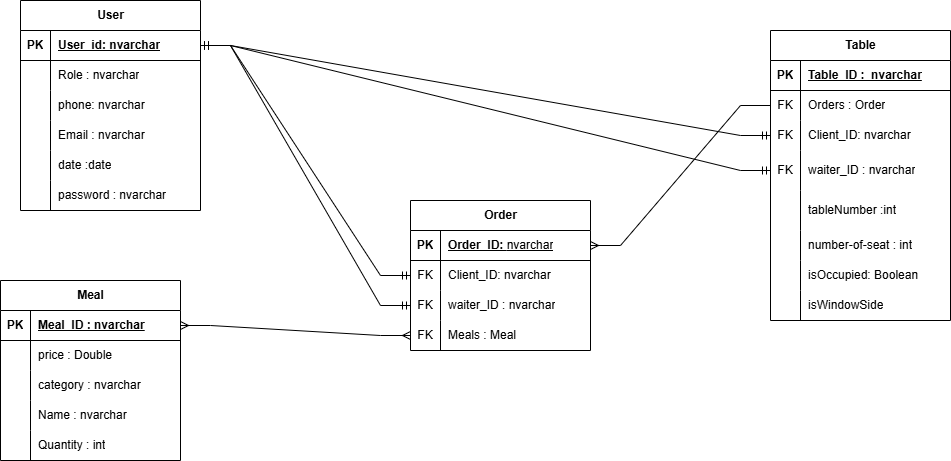
Above: Diagrams/ERD2.drawio.png in EyasSh/Resturant (draw.io), before the change. Source tidied: cells renumbered, new cells last; positions are measured from the earlier drawing's top-left corner, leaving out a move shared by most shapes.
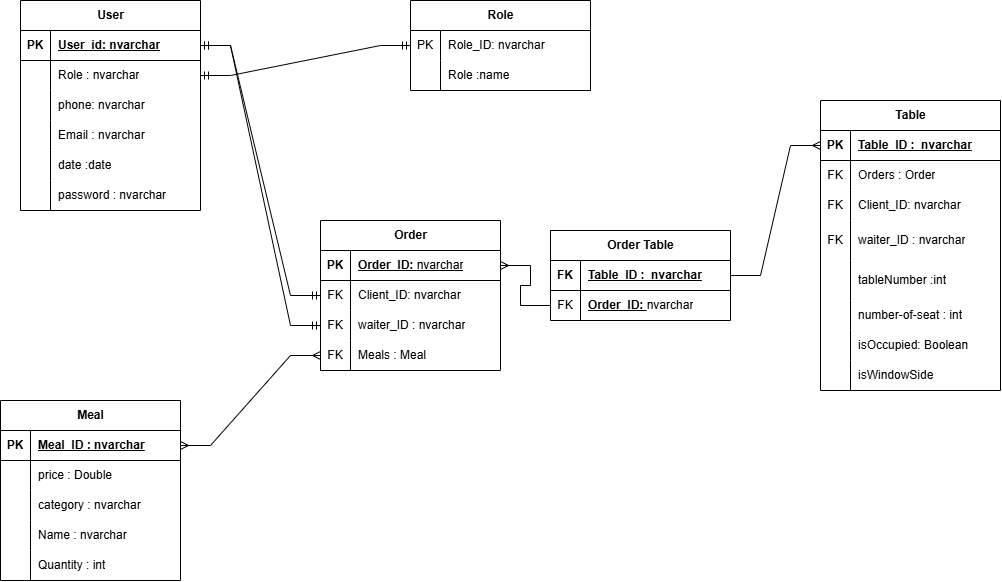
Above is the later version.

What changed in the source:
```diff
@@ -60,7 +60,7 @@
       <mxGeometry x="30" width="150" height="30" as="geometry" />
     </mxCell>
     <mxCell id="21" value="Table" style="shape=table;startSize=30;rowLines=0;fontStyle=1;align=center;html=1;" parent="1" vertex="1">
-      <mxGeometry x="770" y="30" width="180" height="290" as="geometry" />
+      <mxGeometry x="820" y="100" width="180" height="290" as="geometry" />
     </mxCell>
     <mxCell id="22" style="shape=tableRow;horizontal=0;startSize=0;swimlaneHead=0;swimlaneBody=0;fillColor=none;points=[[0,0.5],[1,0.5]];portConstraint=eastwest;top=0;left=0;right=0;bottom=1;" parent="21" vertex="1">
       <mxGeometry y="30" width="180" height="30" as="geometry" />
@@ -135,7 +135,7 @@
       <mxGeometry x="30" width="150" height="30" as="geometry" />
     </mxCell>
     <mxCell id="46" value="Order" style="shape=table;startSize=30;rowLines=0;fontStyle=1;align=center;html=1;" parent="1" vertex="1">
-      <mxGeometry x="410" y="200" width="180" height="150" as="geometry" />
+      <mxGeometry x="320" y="220" width="180" height="150" as="geometry" />
     </mxCell>
     <mxCell id="47" style="shape=tableRow;horizontal=0;startSize=0;swimlaneHead=0;swimlaneBody=0;fillColor=none;points=[[0,0.5],[1,0.5]];portConstraint=eastwest;top=0;left=0;right=0;bottom=1;" parent="46" vertex="1">
       <mxGeometry y="30" width="180" height="30" as="geometry" />
@@ -174,7 +174,7 @@
       <mxGeometry x="30" width="150" height="30" as="geometry" />
     </mxCell>
     <mxCell id="59" value="Meal" style="shape=table;startSize=30;rowLines=0;fontStyle=1;align=center;html=1;" parent="1" vertex="1">
-      <mxGeometry y="280" width="180" height="180" as="geometry" />
+      <mxGeometry y="400" width="180" height="180" as="geometry" />
     </mxCell>
     <mxCell id="60" style="shape=tableRow;horizontal=0;startSize=0;swimlaneHead=0;swimlaneBody=0;fillColor=none;points=[[0,0.5],[1,0.5]];portConstraint=eastwest;top=0;left=0;right=0;bottom=1;" parent="59" vertex="1">
       <mxGeometry y="30" width="180" height="30" as="geometry" />
@@ -234,14 +234,61 @@
     <mxCell id="77" style="edgeStyle=entityRelationEdgeStyle;fontSize=12;html=1;endArrow=ERmandOne;startArrow=ERmandOne;rounded=0;entryX=0;entryY=0.5;entryDx=0;entryDy=0;exitX=1;exitY=0.5;exitDx=0;exitDy=0;" parent="1" edge="1" source="3" target="53">
       <mxGeometry relative="1" as="geometry" />
     </mxCell>
-    <mxCell id="78" style="edgeStyle=entityRelationEdgeStyle;fontSize=12;html=1;endArrow=ERmany;rounded=0;entryX=1;entryY=0.5;entryDx=0;entryDy=0;exitX=0;exitY=0.5;exitDx=0;exitDy=0;" parent="1" edge="1" source="25" target="47">
-      <mxGeometry relative="1" as="geometry" />
-    </mxCell>
-    <mxCell id="79" style="edgeStyle=entityRelationEdgeStyle;fontSize=12;html=1;endArrow=ERmandOne;startArrow=ERmandOne;rounded=0;entryX=0;entryY=0.5;entryDx=0;entryDy=0;exitX=1;exitY=0.5;exitDx=0;exitDy=0;" parent="1" edge="1" source="3" target="28">
-      <mxGeometry relative="1" as="geometry" />
-    </mxCell>
-    <mxCell id="80" style="edgeStyle=entityRelationEdgeStyle;fontSize=12;html=1;endArrow=ERmandOne;startArrow=ERmandOne;rounded=0;entryX=0;entryY=0.5;entryDx=0;entryDy=0;exitX=1;exitY=0.5;exitDx=0;exitDy=0;" parent="1" edge="1" source="3" target="31">
-      <mxGeometry relative="1" as="geometry" />
-    </mxCell>
+    <mxCell id="81" value="Order Table" style="shape=table;startSize=30;rowLines=0;fontStyle=1;align=center;html=1;" parent="1" vertex="1">
+      <mxGeometry x="550" y="230" width="180" height="90" as="geometry" />
+    </mxCell>
+    <mxCell id="82" style="shape=tableRow;horizontal=0;startSize=0;swimlaneHead=0;swimlaneBody=0;fillColor=none;points=[[0,0.5],[1,0.5]];portConstraint=eastwest;top=0;left=0;right=0;bottom=1;" parent="81" vertex="1">
+      <mxGeometry y="30" width="180" height="30" as="geometry" />
+    </mxCell>
+    <mxCell id="83" value="FK" style="shape=partialRectangle;fillColor=none;top=0;left=0;bottom=0;right=0;fontStyle=1;overflow=hidden;whiteSpace=wrap;html=1;" parent="82" vertex="1">
+      <mxGeometry width="30" height="30" as="geometry" />
+    </mxCell>
+    <mxCell id="84" value="Table_ID :&amp;nbsp; nvarchar" style="shape=partialRectangle;fillColor=none;top=0;left=0;bottom=0;right=0;align=left;spacingLeft=6;fontStyle=5;overflow=hidden;whiteSpace=wrap;html=1;" parent="82" vertex="1">
+      <mxGeometry x="30" width="150" height="30" as="geometry" />
+    </mxCell>
+    <mxCell id="85" style="shape=tableRow;horizontal=0;startSize=0;swimlaneHead=0;swimlaneBody=0;fillColor=none;points=[[0,0.5],[1,0.5]];portConstraint=eastwest;top=0;left=0;right=0;bottom=0;" parent="81" vertex="1">
+      <mxGeometry y="60" width="180" height="30" as="geometry" />
+    </mxCell>
+    <mxCell id="86" value="FK" style="shape=partialRectangle;fillColor=none;top=0;left=0;bottom=0;right=0;overflow=hidden;whiteSpace=wrap;html=1;" parent="85" vertex="1">
+      <mxGeometry width="30" height="30" as="geometry" />
+    </mxCell>
+    <mxCell id="87" value="&lt;span style=&quot;font-weight: 700; text-decoration-line: underline;&quot;&gt;Order_ID:&amp;nbsp;&lt;/span&gt;nvarchar" style="shape=partialRectangle;fillColor=none;top=0;left=0;bottom=0;right=0;align=left;spacingLeft=6;overflow=hidden;whiteSpace=wrap;html=1;" parent="85" vertex="1">
+      <mxGeometry x="30" width="150" height="30" as="geometry" />
+    </mxCell>
+    <mxCell id="88" style="edgeStyle=entityRelationEdgeStyle;fontSize=12;html=1;endArrow=ERmany;rounded=0;exitX=0;exitY=0.5;exitDx=0;exitDy=0;entryX=1;entryY=0.5;entryDx=0;entryDy=0;" parent="1" edge="1" source="85" target="47">
+      <mxGeometry relative="1" as="geometry" />
+    </mxCell>
+    <mxCell id="89" style="edgeStyle=entityRelationEdgeStyle;fontSize=12;html=1;endArrow=ERmany;rounded=0;entryX=0;entryY=0.5;entryDx=0;entryDy=0;exitX=1;exitY=0.5;exitDx=0;exitDy=0;" parent="1" edge="1" source="82" target="22">
+      <mxGeometry relative="1" as="geometry" />
+    </mxCell>
+    <mxCell id="90" value="Role" style="shape=table;startSize=30;rowLines=0;fontStyle=1;align=center;html=1;" parent="1" vertex="1">
+      <mxGeometry x="410" width="180" height="90" as="geometry" />
+    </mxCell>
+    <mxCell id="91" style="shape=tableRow;horizontal=0;startSize=0;swimlaneHead=0;swimlaneBody=0;fillColor=none;points=[[0,0.5],[1,0.5]];portConstraint=eastwest;top=0;left=0;right=0;bottom=0;" parent="90" vertex="1">
+      <mxGeometry y="30" width="180" height="30" as="geometry" />
+    </mxCell>
+    <mxCell id="92" value="PK" style="shape=partialRectangle;fillColor=none;top=0;left=0;bottom=0;right=0;overflow=hidden;whiteSpace=wrap;html=1;" parent="91" vertex="1">
+      <mxGeometry width="30" height="30" as="geometry" />
+    </mxCell>
+    <mxCell id="93" value="Role_ID: nvarchar" style="shape=partialRectangle;fillColor=none;top=0;left=0;bottom=0;right=0;align=left;spacingLeft=6;overflow=hidden;whiteSpace=wrap;html=1;" parent="91" vertex="1">
+      <mxGeometry x="30" width="150" height="30" as="geometry" />
+    </mxCell>
+    <mxCell id="94" style="shape=tableRow;horizontal=0;startSize=0;swimlaneHead=0;swimlaneBody=0;fillColor=none;top=0;left=0;right=0;bottom=0;" parent="90" vertex="1">
+      <mxGeometry y="60" width="180" height="30" as="geometry" />
+    </mxCell>
+    <mxCell id="95" style="shape=partialRectangle;fillColor=none;top=0;left=0;bottom=0;right=0;overflow=hidden;whiteSpace=wrap;html=1;" parent="94" vertex="1">
+      <mxGeometry width="30" height="30" as="geometry" />
+    </mxCell>
+    <mxCell id="96" value="Role :name" style="shape=partialRectangle;fillColor=none;top=0;left=0;bottom=0;right=0;align=left;spacingLeft=6;overflow=hidden;whiteSpace=wrap;html=1;" parent="94" vertex="1">
+      <mxGeometry x="30" width="150" height="30" as="geometry" />
+    </mxCell>
+    <mxCell id="97" style="edgeStyle=entityRelationEdgeStyle;fontSize=12;html=1;endArrow=ERmandOne;startArrow=ERmandOne;rounded=0;exitX=1;exitY=0.5;exitDx=0;exitDy=0;entryX=0;entryY=0.5;entryDx=0;entryDy=0;" parent="1" edge="1" source="6" target="91">
+      <mxGeometry relative="1" as="geometry">
+        <Array as="points">
+          <mxPoint x="380" y="10" />
+          <mxPoint x="380" y="10" />
+        </Array>
+      </mxGeometry>
+    </mxCell>
   </root>
 </mxGraphModel>
```
